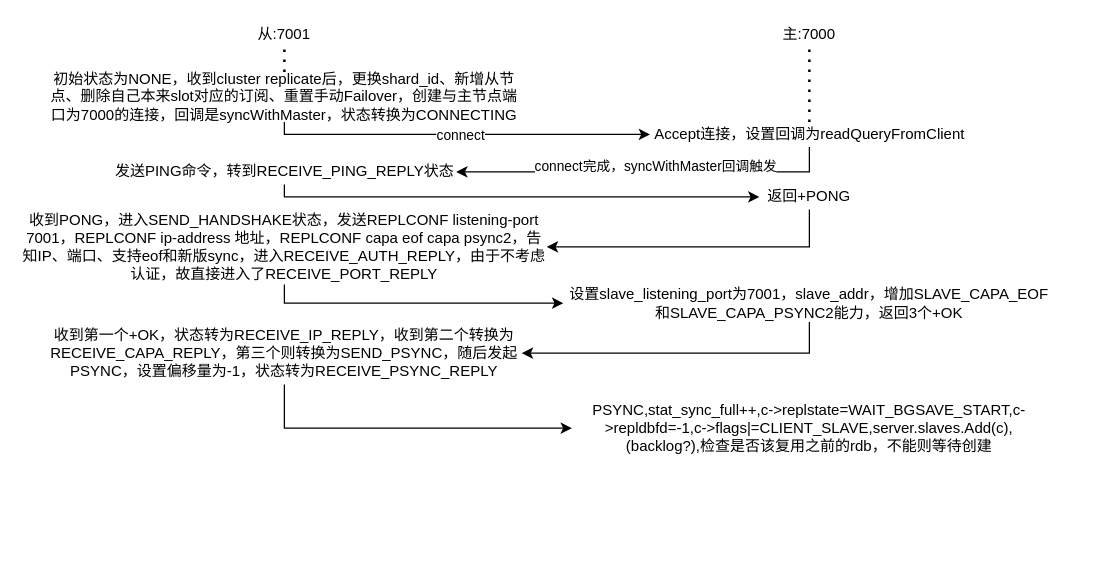
The draw.io diagram cluster-replication.drawio in Afeather2017/Afeather-Flowcharts, before the edit. Source tidied: cells renumbered, new cells numbered last; positions are measured from the earlier drawing's top-left corner, leaving out a move shared by most shapes. Both pictures are drawn from the tidied source at 125%, with x=0, y=0 at pixel (21, 21).
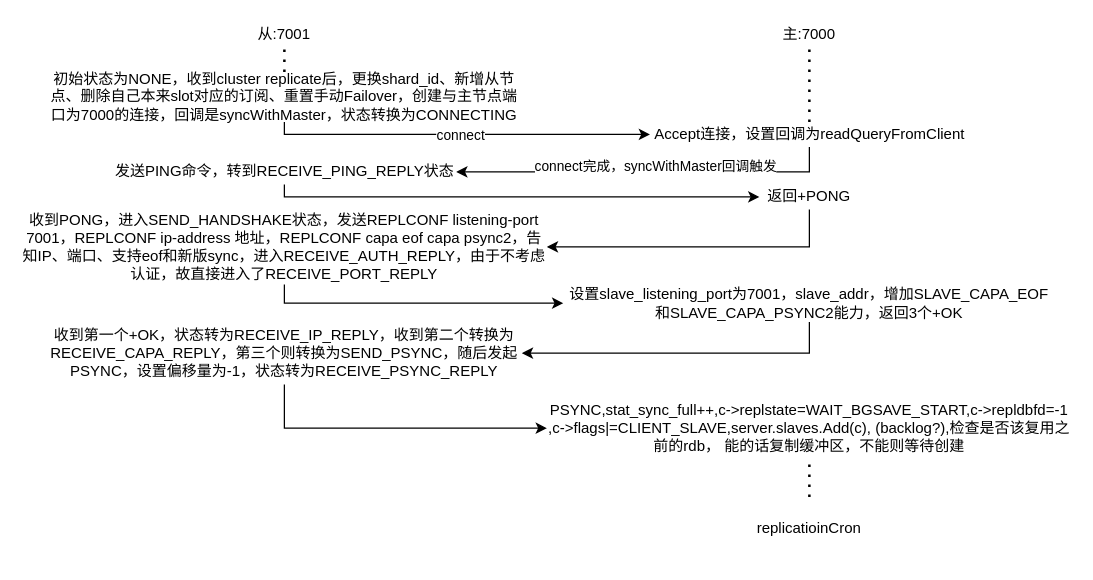
The same page after the edit.

Diff of the diagram source:
```diff
@@
-    <mxCell id="22" value="PSYNC,stat_sync_full++,c-&amp;gt;replstate=WAIT_BGSAVE_START,c-&amp;gt;repldbfd=-1,c-&amp;gt;flags|=CLIENT_SLAVE,server.slaves.Add(c),(backlog?),检查是否该复用之前的rdb，不能则等待创建" style="text;html=1;align=center;verticalAlign=middle;whiteSpace=wrap;rounded=0;" parent="1" vertex="1">
-      <mxGeometry x="440" y="300" width="380" height="50" as="geometry" />
+    <mxCell id="22" value="PSYNC,stat_sync_full++,c-&amp;gt;replstate=WAIT_BGSAVE_START,c-&amp;gt;repldbfd=-1 ,c-&amp;gt;flags|=CLIENT_SLAVE,server.slaves.Add(c), (backlog?),检查是否该复用之前的rdb， 能的话复制缓冲区，不能则等待创建" style="text;html=1;align=center;verticalAlign=middle;whiteSpace=wrap;rounded=0;" parent="1" vertex="1">
+      <mxGeometry x="420" y="300" width="420" height="50" as="geometry" />
     </mxCell>
+    <mxCell id="23" value="replicatioinCron" style="text;html=1;align=center;verticalAlign=middle;whiteSpace=wrap;rounded=0;" parent="1" vertex="1">
+      <mxGeometry x="420" y="380" width="420" height="50" as="geometry" />
+    </mxCell>
+    <mxCell id="24" style="endArrow=none;dashed=1;html=1;dashPattern=1 3;strokeWidth=2;rounded=0;entryX=0.5;entryY=1;entryDx=0;entryDy=0;exitX=0.5;exitY=0;exitDx=0;exitDy=0;" parent="1" edge="1" source="23" target="22">
+      <mxGeometry relative="1" as="geometry" />
+    </mxCell>
```
